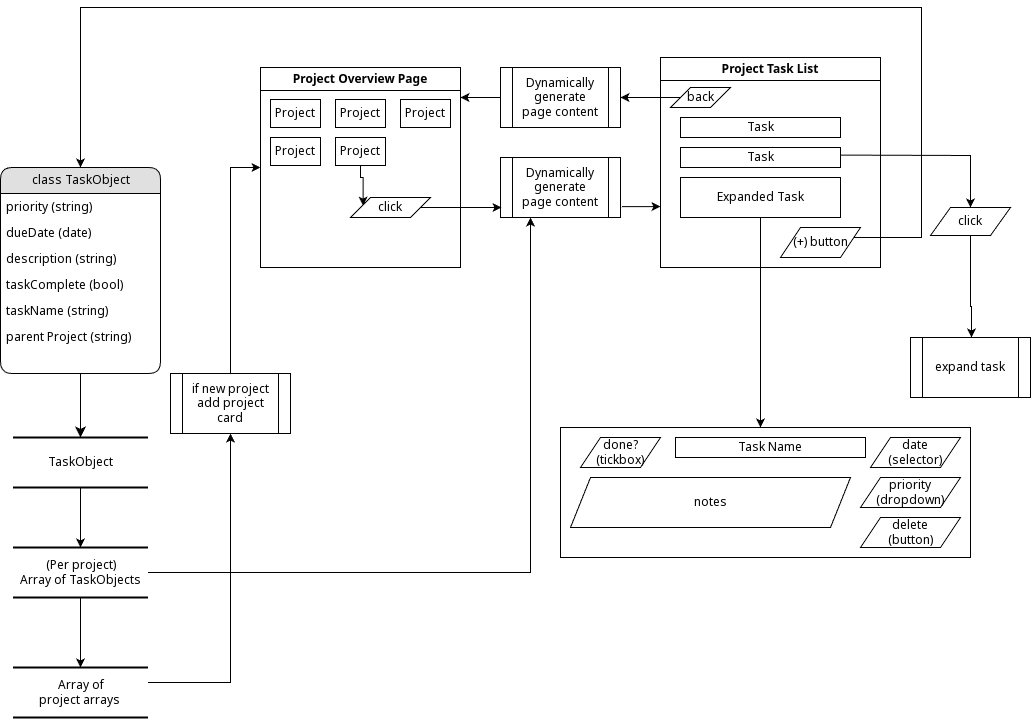
sykul/Todo-List keeps this draw.io diagram as flowchart.drawio.png. Above is the earlier version. Source tidied: cells renumbered, new cells last; positions are measured from the earlier drawing's top-left corner, leaving out a move shared by most shapes.
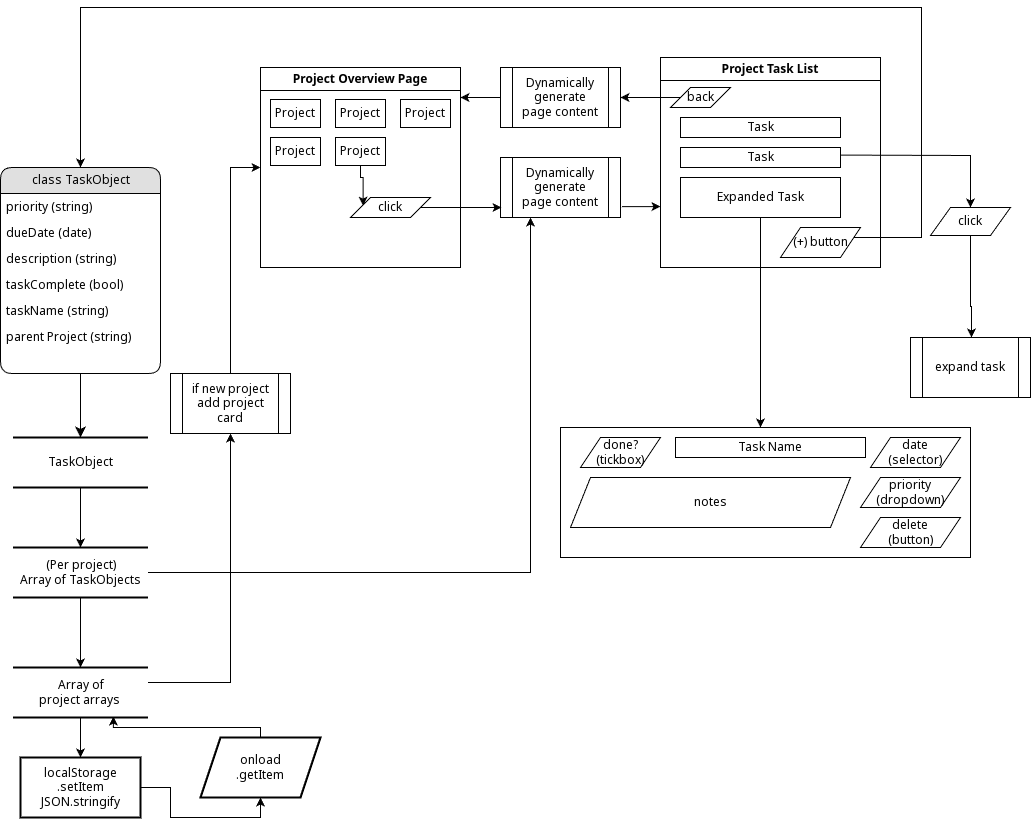
The same diagram one commit later.

Change to the diagram source:
```diff
@@ -114,6 +114,9 @@
         </Array>
       </mxGeometry>
     </mxCell>
+    <mxCell id="52" style="edgeStyle=orthogonalEdgeStyle;rounded=0;jettySize=auto;html=1;" parent="1" edge="1" source="33" target="53">
+      <mxGeometry relative="1" as="geometry" />
+    </mxCell>
     <mxCell id="33" value="&lt;div&gt;&lt;span style=&quot;background-color: initial;&quot;&gt;Array of&lt;/span&gt;&lt;/div&gt;&lt;div&gt;&lt;span style=&quot;background-color: initial;&quot;&gt;project arrays&amp;nbsp;&lt;/span&gt;&lt;br&gt;&lt;/div&gt;" style="html=1;rounded=0;shadow=0;comic=0;labelBackgroundColor=none;strokeWidth=2;fontFamily=Verdana;fontSize=12;align=center;shape=mxgraph.ios7ui.horLines;" parent="1" vertex="1">
       <mxGeometry x="12.5" y="660" width="135" height="50" as="geometry" />
     </mxCell>
@@ -201,5 +204,22 @@
     <mxCell id="51" value="Dynamically&lt;div&gt;generate&lt;/div&gt;&lt;div&gt;page content&lt;/div&gt;" style="shape=process;whiteSpace=wrap;html=1;backgroundOutline=1;" parent="1" vertex="1">
       <mxGeometry x="500" y="60" width="120" height="60" as="geometry" />
     </mxCell>
+    <mxCell id="53" value="localStorage&lt;div&gt;.setItem&lt;/div&gt;&lt;div&gt;JSON.stringify&lt;/div&gt;" style="whiteSpace=wrap;html=1;fontFamily=Verdana;rounded=0;shadow=0;comic=0;labelBackgroundColor=none;strokeWidth=2;" parent="1" vertex="1">
+      <mxGeometry x="20" y="750" width="120" height="60" as="geometry" />
+    </mxCell>
+    <mxCell id="54" style="edgeStyle=orthogonalEdgeStyle;rounded=0;jettySize=auto;html=1;entryX=0.5;entryY=1;entryDx=0;entryDy=0;" parent="1" edge="1" source="53" target="55">
+      <mxGeometry relative="1" as="geometry" />
+    </mxCell>
+    <mxCell id="55" value="onload&lt;div&gt;.getItem&lt;/div&gt;" style="shape=parallelogram;perimeter=parallelogramPerimeter;whiteSpace=wrap;html=1;fixedSize=1;fontFamily=Verdana;rounded=0;shadow=0;comic=0;labelBackgroundColor=none;strokeWidth=2;" parent="1" vertex="1">
+      <mxGeometry x="200" y="730" width="120" height="60" as="geometry" />
+    </mxCell>
+    <mxCell id="56" style="edgeStyle=orthogonalEdgeStyle;rounded=0;jettySize=auto;html=1;entryX=0.744;entryY=0.98;entryDx=0;entryDy=0;entryPerimeter=0;exitX=0.5;exitY=0;exitDx=0;exitDy=0;" parent="1" edge="1" source="55" target="33">
+      <mxGeometry relative="1" as="geometry">
+        <Array as="points">
+          <mxPoint x="260" y="720" />
+          <mxPoint x="113" y="720" />
+        </Array>
+      </mxGeometry>
+    </mxCell>
   </root>
 </mxGraphModel>
```
